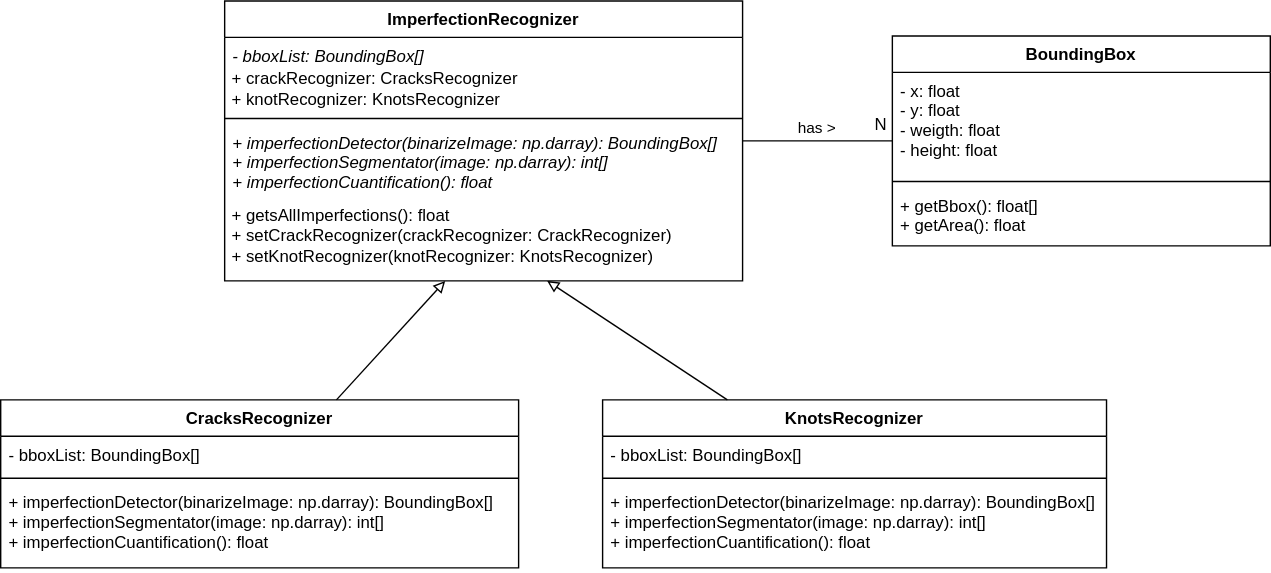
Earlier version of the draw.io export docs/images/UML.svg (AlbaranezJavier/AIVA_2021_AJ). Source tidied: cells renumbered, new cells last; positions are measured from the earlier drawing's top-left corner, leaving out a move shared by most shapes. Its diagram source:
```xml
<mxGraphModel>
  <root>
    <mxCell id="0" />
    <mxCell id="1" parent="0" />
    <mxCell id="2" value="ImperfectionRecognizer" style="swimlane;fontStyle=1;align=center;verticalAlign=top;horizontal=1;startSize=26;" parent="1" vertex="1">
      <mxGeometry x="160" width="370" height="200" as="geometry" />
    </mxCell>
    <mxCell id="3" value="- bboxList: BoundingBox[]" style="text;strokeColor=none;fillColor=none;align=left;verticalAlign=top;spacingLeft=4;spacingRight=4;overflow=hidden;fontStyle=2;" parent="2" vertex="1">
      <mxGeometry y="26" width="370" height="24" as="geometry" />
    </mxCell>
    <mxCell id="4" value="&lt;br style=&quot;padding: 0px ; margin: 0px&quot;&gt;&lt;span&gt;&amp;nbsp;+ crackRecognizer: CracksRecognizer&lt;/span&gt;&lt;br style=&quot;padding: 0px ; margin: 0px&quot;&gt;&lt;span&gt;&amp;nbsp;+ knotRecognizer: KnotsRecognizer&lt;/span&gt;" style="text;html=1;strokeColor=none;fillColor=none;align=left;verticalAlign=bottom;whiteSpace=wrap;rounded=0;" parent="2" vertex="1">
      <mxGeometry y="50" width="370" height="30" as="geometry" />
    </mxCell>
    <mxCell id="5" style="line;strokeWidth=1;fillColor=none;align=left;verticalAlign=middle;spacingTop=-1;spacingLeft=3;spacingRight=3;labelPosition=right;" parent="2" vertex="1">
      <mxGeometry y="80" width="370" height="8" as="geometry" />
    </mxCell>
    <mxCell id="6" value="+ imperfectionDetector(binarizeImage: np.darray): BoundingBox[]&#10;+ imperfectionSegmentator(image: np.darray): int[] &#10;+ imperfectionCuantification(): float&#10;" style="text;strokeColor=none;fillColor=none;align=left;verticalAlign=top;spacingLeft=4;spacingRight=4;overflow=hidden;points=[[0,0.5],[1,0.5]];portConstraint=eastwest;fontStyle=2;" parent="2" vertex="1">
      <mxGeometry y="88" width="370" height="52" as="geometry" />
    </mxCell>
    <mxCell id="7" value="&amp;nbsp;+ getsAllImperfections(): float&lt;br&gt;&amp;nbsp;+ setCrackRecognizer(crackRecognizer: CrackRecognizer)&lt;br&gt;&amp;nbsp;+ setKnotRecognizer(knotRecognizer: KnotsRecognizer)" style="text;html=1;strokeColor=none;fillColor=none;align=left;verticalAlign=top;whiteSpace=wrap;rounded=0;" parent="2" vertex="1">
      <mxGeometry y="140" width="370" height="60" as="geometry" />
    </mxCell>
    <mxCell id="8" value="KnotsRecognizer" style="swimlane;fontStyle=1;align=center;verticalAlign=top;horizontal=1;startSize=26;" parent="1" vertex="1">
      <mxGeometry x="430" y="285" width="360" height="120" as="geometry" />
    </mxCell>
    <mxCell id="9" value="- bboxList: BoundingBox[]" style="text;strokeColor=none;fillColor=none;align=left;verticalAlign=top;spacingLeft=4;spacingRight=4;overflow=hidden;" parent="8" vertex="1">
      <mxGeometry y="26" width="360" height="26" as="geometry" />
    </mxCell>
    <mxCell id="10" style="line;strokeWidth=1;fillColor=none;align=left;verticalAlign=middle;spacingTop=-1;spacingLeft=3;spacingRight=3;labelPosition=right;" parent="8" vertex="1">
      <mxGeometry y="52" width="360" height="8" as="geometry" />
    </mxCell>
    <mxCell id="11" value="+ imperfectionDetector(binarizeImage: np.darray): BoundingBox[]&#10;+ imperfectionSegmentator(image: np.darray): int[] &#10;+ imperfectionCuantification(): float" style="text;strokeColor=none;fillColor=none;align=left;verticalAlign=top;spacingLeft=4;spacingRight=4;overflow=hidden;" parent="8" vertex="1">
      <mxGeometry y="60" width="360" height="60" as="geometry" />
    </mxCell>
    <mxCell id="12" value="CracksRecognizer" style="swimlane;fontStyle=1;align=center;verticalAlign=top;horizontal=1;startSize=26;" parent="1" vertex="1">
      <mxGeometry y="285" width="370" height="120" as="geometry" />
    </mxCell>
    <mxCell id="13" value="- bboxList: BoundingBox[]" style="text;strokeColor=none;fillColor=none;align=left;verticalAlign=top;spacingLeft=4;spacingRight=4;overflow=hidden;" parent="12" vertex="1">
      <mxGeometry y="26" width="370" height="26" as="geometry" />
    </mxCell>
    <mxCell id="14" style="line;strokeWidth=1;fillColor=none;align=left;verticalAlign=middle;spacingTop=-1;spacingLeft=3;spacingRight=3;labelPosition=right;" parent="12" vertex="1">
      <mxGeometry y="52" width="370" height="8" as="geometry" />
    </mxCell>
    <mxCell id="15" value="+ imperfectionDetector(binarizeImage: np.darray): BoundingBox[]&#10;+ imperfectionSegmentator(image: np.darray): int[] &#10;+ imperfectionCuantification(): float" style="text;strokeColor=none;fillColor=none;align=left;verticalAlign=top;spacingLeft=4;spacingRight=4;overflow=hidden;" parent="12" vertex="1">
      <mxGeometry y="60" width="370" height="60" as="geometry" />
    </mxCell>
    <mxCell id="16" value="BoundingBox" style="swimlane;fontStyle=1;align=center;verticalAlign=top;horizontal=1;startSize=26;" parent="1" vertex="1">
      <mxGeometry x="637" y="25" width="270" height="150" as="geometry" />
    </mxCell>
    <mxCell id="17" value="- x: float&#10;- y: float&#10;- weigth: float&#10;- height: float" style="text;strokeColor=none;fillColor=none;align=left;verticalAlign=top;spacingLeft=4;spacingRight=4;overflow=hidden;" parent="16" vertex="1">
      <mxGeometry y="26" width="270" height="74" as="geometry" />
    </mxCell>
    <mxCell id="18" style="line;strokeWidth=1;fillColor=none;align=left;verticalAlign=middle;spacingTop=-1;spacingLeft=3;spacingRight=3;labelPosition=right;" parent="16" vertex="1">
      <mxGeometry y="100" width="270" height="8" as="geometry" />
    </mxCell>
    <mxCell id="19" value="+ getBbox(): float[]&#10;+ getArea(): float " style="text;strokeColor=none;fillColor=none;align=left;verticalAlign=top;spacingLeft=4;spacingRight=4;overflow=hidden;" parent="16" vertex="1">
      <mxGeometry y="108" width="270" height="42" as="geometry" />
    </mxCell>
    <mxCell id="20" value="has &amp;gt;" style="endArrow=none;html=1;align=center;verticalAlign=bottom;" parent="1" edge="1" source="2" target="16">
      <mxGeometry relative="1" as="geometry" />
    </mxCell>
    <mxCell id="21" value="N" style="text;html=1;strokeColor=none;fillColor=none;align=center;verticalAlign=middle;whiteSpace=wrap;rounded=0;" parent="1" vertex="1">
      <mxGeometry x="609" y="79" width="40" height="20" as="geometry" />
    </mxCell>
    <mxCell id="22" style="endArrow=block;html=1;align=left;endFill=0;" parent="1" edge="1" source="12" target="7">
      <mxGeometry relative="1" as="geometry" />
    </mxCell>
    <mxCell id="23" style="endArrow=block;html=1;align=left;endFill=0;" parent="1" edge="1" source="8" target="7">
      <mxGeometry relative="1" as="geometry" />
    </mxCell>
  </root>
</mxGraphModel>
```
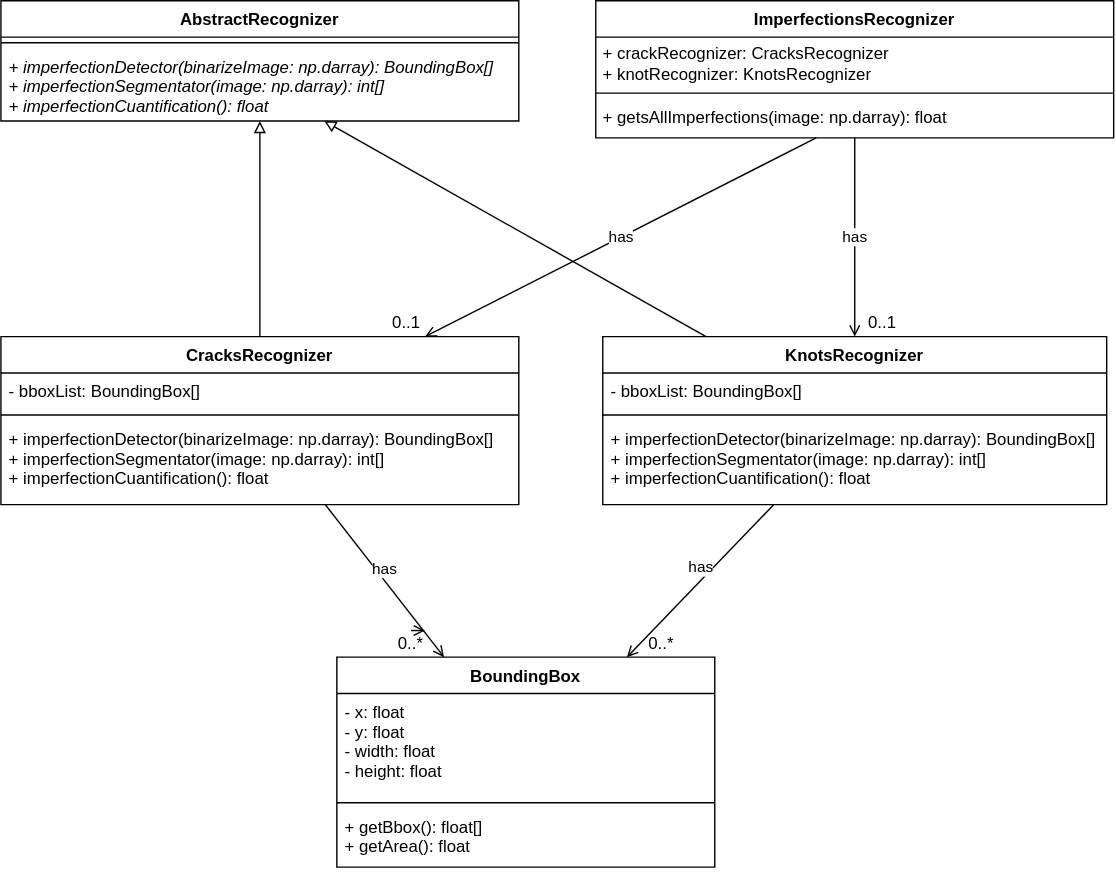
The same diagram one commit later.

Change to the diagram source:
```diff
@@ -2,24 +2,15 @@
   <root>
     <mxCell id="0" />
     <mxCell id="1" parent="0" />
-    <mxCell id="2" value="ImperfectionRecognizer" style="swimlane;fontStyle=1;align=center;verticalAlign=top;horizontal=1;startSize=26;" parent="1" vertex="1">
-      <mxGeometry x="160" width="370" height="200" as="geometry" />
+    <mxCell id="2" value="AbstractRecognizer" style="swimlane;fontStyle=1;align=center;verticalAlign=top;horizontal=1;startSize=26;" parent="1" vertex="1">
+      <mxGeometry y="45" width="370" height="86" as="geometry" />
     </mxCell>
-    <mxCell id="3" value="- bboxList: BoundingBox[]" style="text;strokeColor=none;fillColor=none;align=left;verticalAlign=top;spacingLeft=4;spacingRight=4;overflow=hidden;fontStyle=2;" parent="2" vertex="1">
-      <mxGeometry y="26" width="370" height="24" as="geometry" />
-    </mxCell>
-    <mxCell id="4" value="&lt;br style=&quot;padding: 0px ; margin: 0px&quot;&gt;&lt;span&gt;&amp;nbsp;+ crackRecognizer: CracksRecognizer&lt;/span&gt;&lt;br style=&quot;padding: 0px ; margin: 0px&quot;&gt;&lt;span&gt;&amp;nbsp;+ knotRecognizer: KnotsRecognizer&lt;/span&gt;" style="text;html=1;strokeColor=none;fillColor=none;align=left;verticalAlign=bottom;whiteSpace=wrap;rounded=0;" parent="2" vertex="1">
-      <mxGeometry y="50" width="370" height="30" as="geometry" />
-    </mxCell>
     <mxCell id="5" style="line;strokeWidth=1;fillColor=none;align=left;verticalAlign=middle;spacingTop=-1;spacingLeft=3;spacingRight=3;labelPosition=right;" parent="2" vertex="1">
-      <mxGeometry y="80" width="370" height="8" as="geometry" />
+      <mxGeometry y="26" width="370" height="8" as="geometry" />
     </mxCell>
     <mxCell id="6" value="+ imperfectionDetector(binarizeImage: np.darray): BoundingBox[]&#10;+ imperfectionSegmentator(image: np.darray): int[] &#10;+ imperfectionCuantification(): float&#10;" style="text;strokeColor=none;fillColor=none;align=left;verticalAlign=top;spacingLeft=4;spacingRight=4;overflow=hidden;points=[[0,0.5],[1,0.5]];portConstraint=eastwest;fontStyle=2;" parent="2" vertex="1">
-      <mxGeometry y="88" width="370" height="52" as="geometry" />
+      <mxGeometry y="34" width="370" height="52" as="geometry" />
     </mxCell>
-    <mxCell id="7" value="&amp;nbsp;+ getsAllImperfections(): float&lt;br&gt;&amp;nbsp;+ setCrackRecognizer(crackRecognizer: CrackRecognizer)&lt;br&gt;&amp;nbsp;+ setKnotRecognizer(knotRecognizer: KnotsRecognizer)" style="text;html=1;strokeColor=none;fillColor=none;align=left;verticalAlign=top;whiteSpace=wrap;rounded=0;" parent="2" vertex="1">
-      <mxGeometry y="140" width="370" height="60" as="geometry" />
-    </mxCell>
     <mxCell id="8" value="KnotsRecognizer" style="swimlane;fontStyle=1;align=center;verticalAlign=top;horizontal=1;startSize=26;" parent="1" vertex="1">
       <mxGeometry x="430" y="285" width="360" height="120" as="geometry" />
     </mxCell>
@@ -45,9 +36,9 @@
       <mxGeometry y="60" width="370" height="60" as="geometry" />
     </mxCell>
     <mxCell id="16" value="BoundingBox" style="swimlane;fontStyle=1;align=center;verticalAlign=top;horizontal=1;startSize=26;" parent="1" vertex="1">
-      <mxGeometry x="637" y="25" width="270" height="150" as="geometry" />
+      <mxGeometry x="240" y="514" width="270" height="150" as="geometry" />
     </mxCell>
-    <mxCell id="17" value="- x: float&#10;- y: float&#10;- weigth: float&#10;- height: float" style="text;strokeColor=none;fillColor=none;align=left;verticalAlign=top;spacingLeft=4;spacingRight=4;overflow=hidden;" parent="16" vertex="1">
+    <mxCell id="17" value="- x: float&#10;- y: float&#10;- width: float&#10;- height: float" style="text;strokeColor=none;fillColor=none;align=left;verticalAlign=top;spacingLeft=4;spacingRight=4;overflow=hidden;" parent="16" vertex="1">
       <mxGeometry y="26" width="270" height="74" as="geometry" />
     </mxCell>
     <mxCell id="18" style="line;strokeWidth=1;fillColor=none;align=left;verticalAlign=middle;spacingTop=-1;spacingLeft=3;spacingRight=3;labelPosition=right;" parent="16" vertex="1">
@@ -56,17 +47,50 @@
     <mxCell id="19" value="+ getBbox(): float[]&#10;+ getArea(): float " style="text;strokeColor=none;fillColor=none;align=left;verticalAlign=top;spacingLeft=4;spacingRight=4;overflow=hidden;" parent="16" vertex="1">
       <mxGeometry y="108" width="270" height="42" as="geometry" />
     </mxCell>
-    <mxCell id="20" value="has &amp;gt;" style="endArrow=none;html=1;align=center;verticalAlign=bottom;" parent="1" edge="1" source="2" target="16">
+    <mxCell id="20" value="has" style="endArrow=open;html=1;align=center;verticalAlign=bottom;endFill=0;" parent="1" edge="1" source="8" target="16">
       <mxGeometry relative="1" as="geometry" />
     </mxCell>
-    <mxCell id="21" value="N" style="text;html=1;strokeColor=none;fillColor=none;align=center;verticalAlign=middle;whiteSpace=wrap;rounded=0;" parent="1" vertex="1">
-      <mxGeometry x="609" y="79" width="40" height="20" as="geometry" />
+    <mxCell id="21" value="0..*" style="text;html=1;strokeColor=none;fillColor=none;align=center;verticalAlign=middle;whiteSpace=wrap;rounded=0;" parent="1" vertex="1">
+      <mxGeometry x="452" y="495" width="40" height="20" as="geometry" />
     </mxCell>
-    <mxCell id="22" style="endArrow=block;html=1;align=left;endFill=0;" parent="1" edge="1" source="12" target="7">
+    <mxCell id="22" style="endArrow=block;html=1;align=left;endFill=0;" parent="1" edge="1" source="12" target="6">
       <mxGeometry relative="1" as="geometry" />
     </mxCell>
-    <mxCell id="23" style="endArrow=block;html=1;align=left;endFill=0;" parent="1" edge="1" source="8" target="7">
+    <mxCell id="23" style="endArrow=block;html=1;align=left;endFill=0;" parent="1" edge="1" source="8" target="6">
       <mxGeometry relative="1" as="geometry" />
     </mxCell>
+    <mxCell id="24" value="has" style="endArrow=open;html=1;align=center;verticalAlign=bottom;endFill=0;" parent="1" edge="1" source="12" target="16">
+      <mxGeometry relative="1" as="geometry" />
+    </mxCell>
+    <mxCell id="25" value="0..*" style="text;html=1;strokeColor=none;fillColor=none;align=center;verticalAlign=middle;whiteSpace=wrap;rounded=0;" parent="1" vertex="1">
+      <mxGeometry x="273" y="495" width="40" height="20" as="geometry" />
+    </mxCell>
+    <mxCell id="26" value="ImperfectionsRecognizer" style="swimlane;fontStyle=1;align=center;verticalAlign=top;horizontal=1;startSize=26;" parent="1" vertex="1">
+      <mxGeometry x="425" y="45" width="370" height="98" as="geometry" />
+    </mxCell>
+    <mxCell id="4" value="&lt;span&gt;&amp;nbsp;+ crackRecognizer: CracksRecognizer&lt;/span&gt;&lt;br style=&quot;padding: 0px ; margin: 0px&quot;&gt;&lt;span&gt;&amp;nbsp;+ knotRecognizer: KnotsRecognizer&lt;/span&gt;" style="text;html=1;strokeColor=none;fillColor=none;align=left;verticalAlign=bottom;whiteSpace=wrap;rounded=0;" parent="26" vertex="1">
+      <mxGeometry y="26" width="370" height="36" as="geometry" />
+    </mxCell>
+    <mxCell id="27" style="line;strokeWidth=1;fillColor=none;align=left;verticalAlign=middle;spacingTop=-1;spacingLeft=3;spacingRight=3;labelPosition=right;" parent="26" vertex="1">
+      <mxGeometry y="62" width="370" height="8" as="geometry" />
+    </mxCell>
+    <mxCell id="28" value="&amp;nbsp;+ getsAllImperfections(image: np.darray): float" style="text;html=1;strokeColor=none;fillColor=none;align=left;verticalAlign=top;whiteSpace=wrap;rounded=0;" parent="26" vertex="1">
+      <mxGeometry y="70" width="370" height="28" as="geometry" />
+    </mxCell>
+    <mxCell id="29" value="has" style="endArrow=open;html=1;endFill=0;" parent="1" edge="1" source="28" target="12">
+      <mxGeometry relative="1" as="geometry" />
+    </mxCell>
+    <mxCell id="30" style="edgeStyle=orthogonalEdgeStyle;rounded=0;orthogonalLoop=1;jettySize=auto;html=1;exitX=0.5;exitY=0;exitDx=0;exitDy=0;entryX=0.75;entryY=0;entryDx=0;entryDy=0;endArrow=open;endFill=0;" parent="1" edge="1" source="25" target="25">
+      <mxGeometry relative="1" as="geometry" />
+    </mxCell>
+    <mxCell id="31" value="0..1" style="text;html=1;strokeColor=none;fillColor=none;align=center;verticalAlign=middle;whiteSpace=wrap;rounded=0;" parent="1" vertex="1">
+      <mxGeometry x="270" y="265" width="40" height="20" as="geometry" />
+    </mxCell>
+    <mxCell id="32" value="has" style="endArrow=open;html=1;endFill=0;" parent="1" edge="1" source="28" target="8">
+      <mxGeometry relative="1" as="geometry" />
+    </mxCell>
+    <mxCell id="33" value="0..1" style="text;html=1;strokeColor=none;fillColor=none;align=center;verticalAlign=middle;whiteSpace=wrap;rounded=0;" parent="1" vertex="1">
+      <mxGeometry x="610" y="265" width="40" height="20" as="geometry" />
+    </mxCell>
   </root>
 </mxGraphModel>
```
